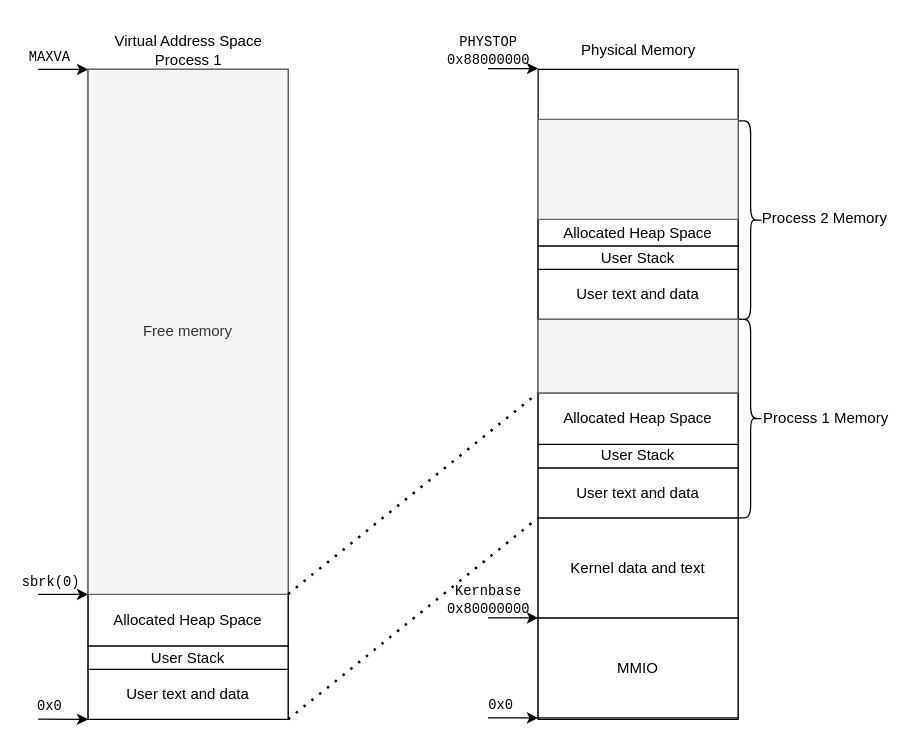
The draw.io diagram figures/implementation/simple_mapping.drawio in Meidimax99/bachelors_thesis, before the edit. Source tidied: cells renumbered, new cells numbered last; positions are measured from the earlier drawing's top-left corner, leaving out a move shared by most shapes. Both pictures are drawn from the tidied source at 125%, with x=0, y=0 at pixel (38, 25).
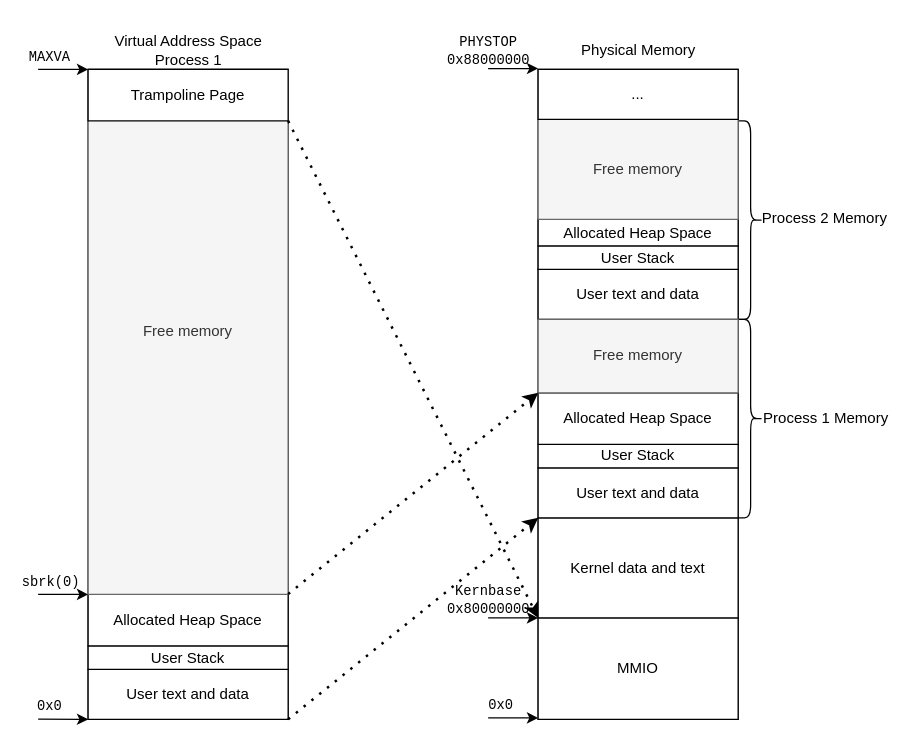
The same diagram, later.

Unchanged cells that the change refers to:
```xml
<mxCell id="12" value="User text and data" style="rounded=0;whiteSpace=wrap;html=1;" parent="1" vertex="1">
  <mxGeometry x="40" y="515" width="160" height="40" as="geometry" />
</mxCell>
<mxCell id="21" value="Kernel data and text" style="rounded=0;whiteSpace=wrap;html=1;" parent="1" vertex="1">
  <mxGeometry x="400" y="393.8" width="160" height="80" as="geometry" />
</mxCell>
```

The edit, as a diff of the source:
```diff
@@
     <mxCell id="20" value="MMIO" style="rounded=0;whiteSpace=wrap;html=1;" parent="1" vertex="1">
-      <mxGeometry x="400" y="473.8" width="160" height="80" as="geometry" />
+      <mxGeometry x="400" y="473.8" width="160" height="81.2" as="geometry" />
     </mxCell>
@@
-    <mxCell id="31" style="endArrow=none;dashed=1;html=1;dashPattern=1 3;strokeWidth=2;rounded=0;exitX=1;exitY=1;exitDx=0;exitDy=0;entryX=0;entryY=0;entryDx=0;entryDy=0;" parent="1" edge="1" source="12" target="21">
+    <mxCell id="31" style="endArrow=classic;dashed=1;html=1;dashPattern=1 3;strokeWidth=2;rounded=0;exitX=1;exitY=1;exitDx=0;exitDy=0;entryX=0;entryY=0;entryDx=0;entryDy=0;endFill=1;" parent="1" edge="1" source="12" target="21">
       <mxGeometry relative="1" as="geometry" />
     </mxCell>
-    <mxCell id="32" style="endArrow=none;dashed=1;html=1;dashPattern=1 3;strokeWidth=2;rounded=0;exitX=1;exitY=1;exitDx=0;exitDy=0;entryX=0;entryY=0;entryDx=0;entryDy=0;" parent="1" edge="1">
+    <mxCell id="32" style="endArrow=classic;dashed=1;html=1;dashPattern=1 3;strokeWidth=2;rounded=0;exitX=1;exitY=1;exitDx=0;exitDy=0;entryX=0;entryY=0;entryDx=0;entryDy=0;endFill=1;" parent="1" edge="1">
       <mxGeometry relative="1" as="geometry">
         <mxPoint x="200" y="454.8" as="sourcePoint" />
         <mxPoint x="400" y="293.8" as="targetPoint" />
       </mxGeometry>
     </mxCell>
@@
-    <mxCell id="36" style="rounded=0;whiteSpace=wrap;html=1;fillColor=#f5f5f5;fontColor=#333333;strokeColor=#666666;" parent="1" vertex="1">
+    <mxCell id="36" value="Free memory" style="rounded=0;whiteSpace=wrap;html=1;fillColor=#f5f5f5;fontColor=#333333;strokeColor=#666666;" parent="1" vertex="1">
       <mxGeometry x="400" y="235" width="160" height="58.8" as="geometry" />
     </mxCell>
-    <mxCell id="37" style="rounded=0;whiteSpace=wrap;html=1;fillColor=#f5f5f5;strokeColor=#666666;fontColor=#333333;" parent="1" vertex="1">
+    <mxCell id="37" value="Free memory" style="rounded=0;whiteSpace=wrap;html=1;fillColor=#f5f5f5;strokeColor=#666666;fontColor=#333333;" parent="1" vertex="1">
       <mxGeometry x="400" y="75" width="160" height="80" as="geometry" />
     </mxCell>
+    <mxCell id="38" value="Trampoline Page" style="rounded=0;whiteSpace=wrap;html=1;" parent="1" vertex="1">
+      <mxGeometry x="40" y="35" width="160" height="41.2" as="geometry" />
+    </mxCell>
+    <mxCell id="39" style="endArrow=classic;dashed=1;html=1;dashPattern=1 3;strokeWidth=2;rounded=0;exitX=1;exitY=1;exitDx=0;exitDy=0;entryX=0;entryY=0;entryDx=0;entryDy=0;endFill=1;" parent="1" edge="1" source="38" target="20">
+      <mxGeometry relative="1" as="geometry" />
+    </mxCell>
+    <mxCell id="40" value="..." style="rounded=0;whiteSpace=wrap;html=1;" parent="1" vertex="1">
+      <mxGeometry x="400" y="35" width="160" height="40" as="geometry" />
+    </mxCell>
```
